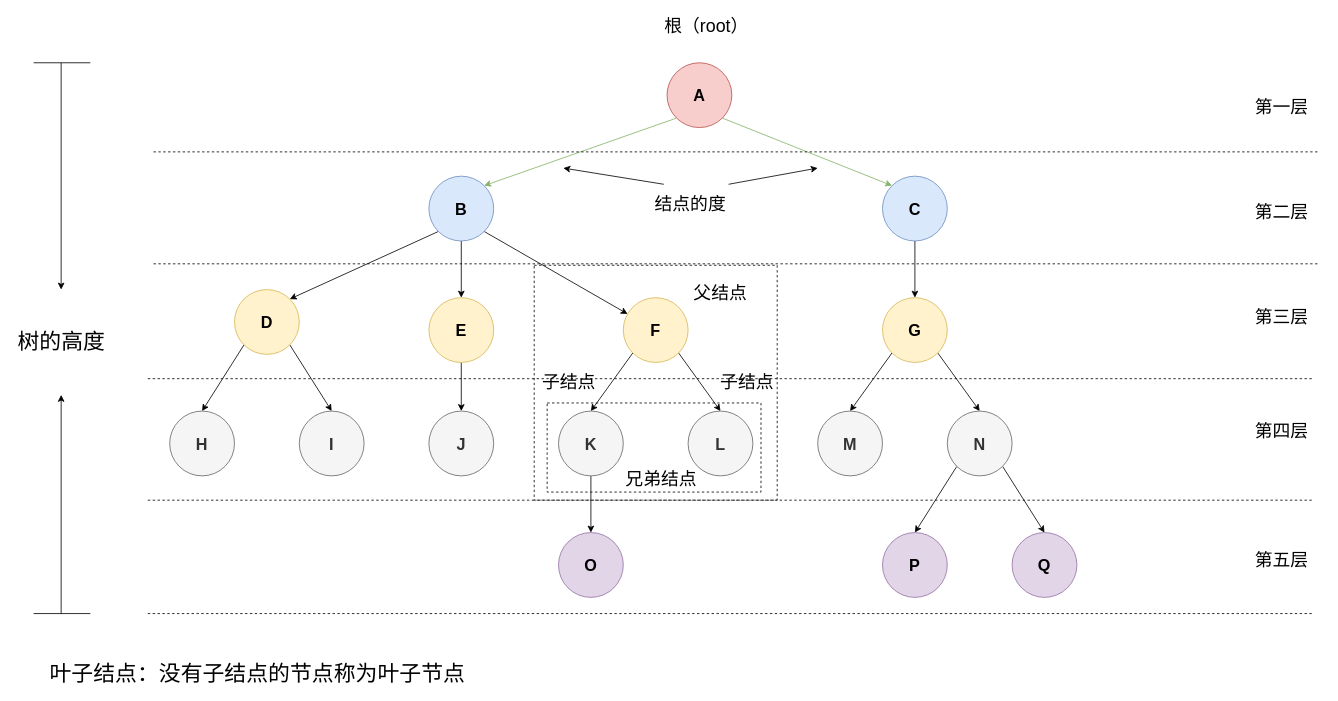
wujinzhe/course keeps this draw.io diagram as page "第 22 页" (22 of 25) of Untitled Diagram.drawio. Above is the earlier version. Source tidied: cells renumbered, new cells numbered last; positions are measured from the earlier drawing's top-left corner, leaving out a move shared by most shapes. Both pictures are drawn from the tidied source at 81%, with x=0, y=0 at pixel (14, 14).
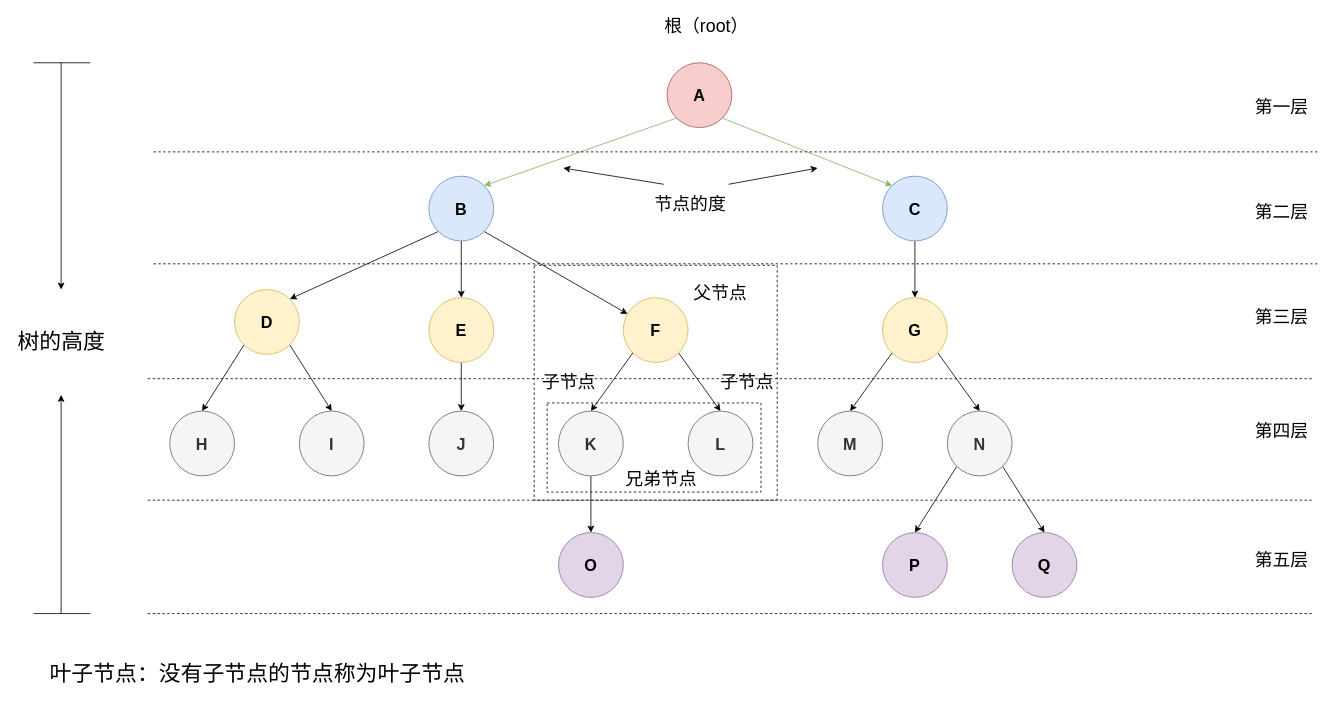
Above is the later version.

Diff of the diagram source:
```diff
@@
-    <mxCell id="43" value="&lt;font style=&quot;font-size: 22px;&quot;&gt;父结点&lt;/font&gt;" style="text;html=1;strokeColor=none;fillColor=none;align=center;verticalAlign=middle;whiteSpace=wrap;rounded=0;" parent="1" vertex="1">
+    <mxCell id="43" value="&lt;font style=&quot;font-size: 22px;&quot;&gt;父节点&lt;/font&gt;" style="text;html=1;strokeColor=none;fillColor=none;align=center;verticalAlign=middle;whiteSpace=wrap;rounded=0;" parent="1" vertex="1">
       <mxGeometry x="819" y="330" width="106" height="30" as="geometry" />
     </mxCell>
-    <mxCell id="44" value="&lt;font style=&quot;font-size: 22px;&quot;&gt;子结点&lt;/font&gt;" style="text;html=1;strokeColor=none;fillColor=none;align=center;verticalAlign=middle;whiteSpace=wrap;rounded=0;" parent="1" vertex="1">
+    <mxCell id="44" value="&lt;font style=&quot;font-size: 22px;&quot;&gt;子节点&lt;/font&gt;" style="text;html=1;strokeColor=none;fillColor=none;align=center;verticalAlign=middle;whiteSpace=wrap;rounded=0;" parent="1" vertex="1">
       <mxGeometry x="632" y="440" width="106" height="30" as="geometry" />
     </mxCell>
-    <mxCell id="45" value="&lt;font style=&quot;font-size: 22px;&quot;&gt;子结点&lt;/font&gt;" style="text;html=1;strokeColor=none;fillColor=none;align=center;verticalAlign=middle;whiteSpace=wrap;rounded=0;" parent="1" vertex="1">
+    <mxCell id="45" value="&lt;font style=&quot;font-size: 22px;&quot;&gt;子节点&lt;/font&gt;" style="text;html=1;strokeColor=none;fillColor=none;align=center;verticalAlign=middle;whiteSpace=wrap;rounded=0;" parent="1" vertex="1">
       <mxGeometry x="852" y="440" width="106" height="30" as="geometry" />
     </mxCell>
-    <mxCell id="46" value="&lt;font style=&quot;font-size: 22px;&quot;&gt;兄弟结点&lt;/font&gt;" style="text;html=1;strokeColor=none;fillColor=none;align=center;verticalAlign=middle;whiteSpace=wrap;rounded=0;" parent="1" vertex="1">
+    <mxCell id="46" value="&lt;font style=&quot;font-size: 22px;&quot;&gt;兄弟节点&lt;/font&gt;" style="text;html=1;strokeColor=none;fillColor=none;align=center;verticalAlign=middle;whiteSpace=wrap;rounded=0;" parent="1" vertex="1">
       <mxGeometry x="746" y="560" width="106" height="30" as="geometry" />
     </mxCell>
@@
-    <mxCell id="59" value="&lt;font style=&quot;font-size: 22px;&quot;&gt;结点的度&lt;/font&gt;" style="text;html=1;strokeColor=none;fillColor=none;align=center;verticalAlign=middle;whiteSpace=wrap;rounded=0;" parent="1" vertex="1">
+    <mxCell id="59" value="&lt;font style=&quot;font-size: 22px;&quot;&gt;节点的度&lt;/font&gt;" style="text;html=1;strokeColor=none;fillColor=none;align=center;verticalAlign=middle;whiteSpace=wrap;rounded=0;" parent="1" vertex="1">
       <mxGeometry x="782" y="220" width="106" height="30" as="geometry" />
     </mxCell>
-    <mxCell id="60" value="&lt;font style=&quot;font-size: 27px;&quot;&gt;叶子结点：没有子结点的节点称为叶子节点&lt;/font&gt;" style="text;html=1;strokeColor=none;fillColor=none;align=center;verticalAlign=middle;whiteSpace=wrap;rounded=0;" parent="1" vertex="1">
+    <mxCell id="60" value="&lt;font style=&quot;font-size: 27px;&quot;&gt;叶子节点：没有子节点的节点称为叶子节点&lt;/font&gt;" style="text;html=1;strokeColor=none;fillColor=none;align=center;verticalAlign=middle;whiteSpace=wrap;rounded=0;" parent="1" vertex="1">
       <mxGeometry x="32" y="800" width="537" height="30" as="geometry" />
     </mxCell>
```
